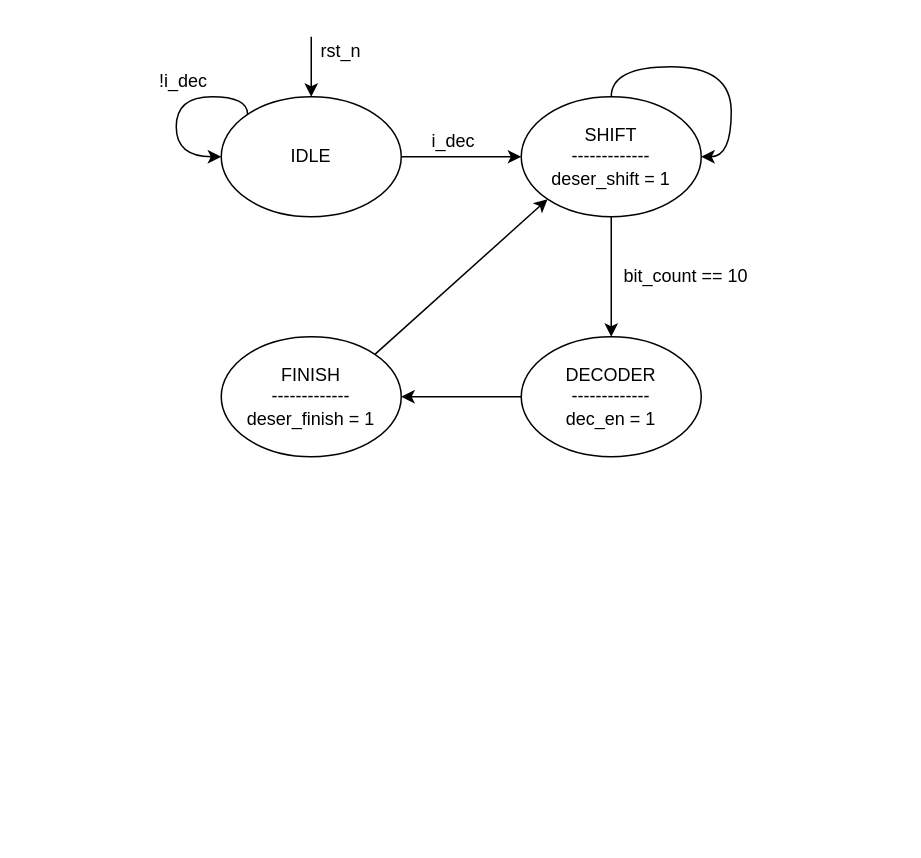
106210049/SerDes-PHY keeps this draw.io diagram as page "Deserializer CTL" (6 of 6) of Quad-lane Full duplex Serializer_Deserializer(SerDes).drawio. Above is the earlier version. Source tidied: cells renumbered, new cells numbered last; positions are measured from the earlier drawing's top-left corner, leaving out a move shared by most shapes. Both pictures are drawn from the tidied source at 150%, with x=0, y=0 at pixel (146, 36).
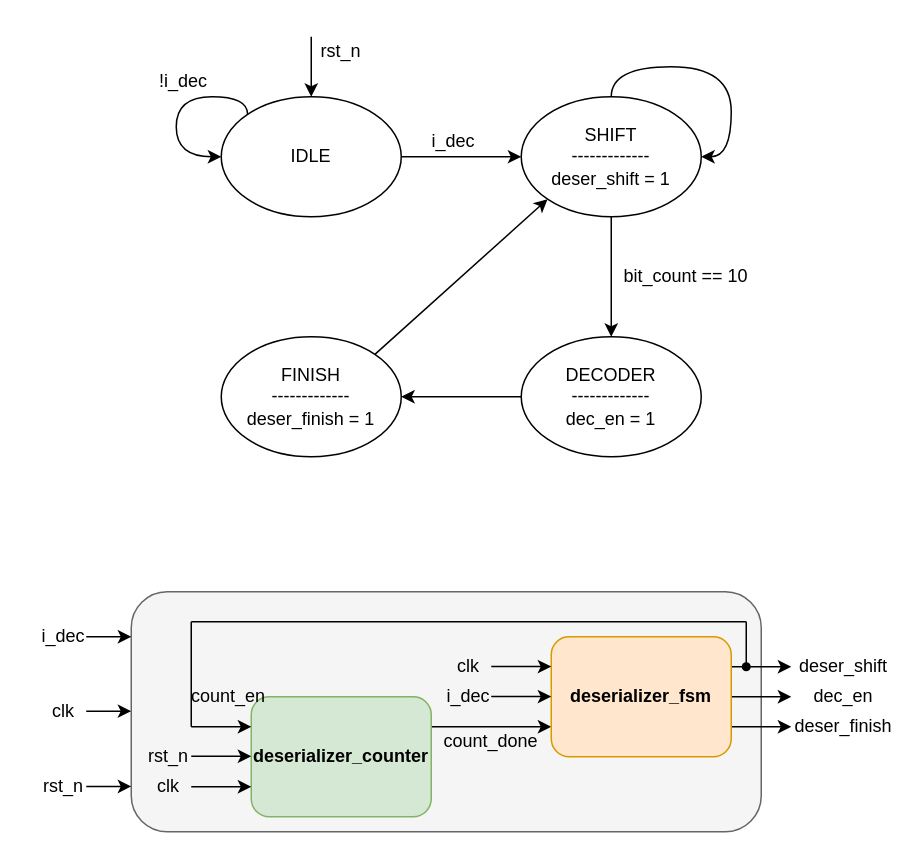
The same page after the edit.

The edit, as a diff of the source:
```diff
@@
+    <mxCell id="17" style="rounded=1;whiteSpace=wrap;html=1;fillColor=#f5f5f5;fontColor=#333333;strokeColor=#666666;" parent="1" vertex="1">
+      <mxGeometry x="-10" y="370" width="420" height="160" as="geometry" />
+    </mxCell>
@@
+    <mxCell id="18" style="edgeStyle=orthogonalEdgeStyle;rounded=0;jettySize=auto;html=1;exitX=1;exitY=0.25;exitDx=0;exitDy=0;entryX=0;entryY=0.75;entryDx=0;entryDy=0;" parent="1" edge="1" source="19" target="23">
+      <mxGeometry relative="1" as="geometry" />
+    </mxCell>
+    <mxCell id="19" value="&lt;span style=&quot;font-weight: 700;&quot;&gt;deserializer_counter&lt;/span&gt;" style="rounded=1;whiteSpace=wrap;html=1;fillColor=#d5e8d4;strokeColor=#82b366;" parent="1" vertex="1">
+      <mxGeometry x="70" y="440" width="120" height="80" as="geometry" />
+    </mxCell>
+    <mxCell id="20" style="edgeStyle=orthogonalEdgeStyle;rounded=0;jettySize=auto;html=1;" parent="1" edge="1" source="23">
+      <mxGeometry relative="1" as="geometry">
+        <mxPoint x="430" y="440" as="targetPoint" />
+      </mxGeometry>
+    </mxCell>
+    <mxCell id="21" style="edgeStyle=orthogonalEdgeStyle;rounded=0;jettySize=auto;html=1;exitX=1;exitY=0.75;exitDx=0;exitDy=0;" parent="1" edge="1" source="23">
+      <mxGeometry relative="1" as="geometry">
+        <mxPoint x="430" y="460" as="targetPoint" />
+      </mxGeometry>
+    </mxCell>
+    <mxCell id="22" style="edgeStyle=orthogonalEdgeStyle;rounded=0;jettySize=auto;html=1;exitX=1;exitY=0.25;exitDx=0;exitDy=0;" parent="1" edge="1" source="23">
+      <mxGeometry relative="1" as="geometry">
+        <mxPoint x="430" y="420" as="targetPoint" />
+      </mxGeometry>
+    </mxCell>
+    <mxCell id="23" value="&lt;span style=&quot;font-weight: 700;&quot;&gt;deserializer_fsm&lt;/span&gt;" style="rounded=1;whiteSpace=wrap;html=1;fillColor=#ffe6cc;strokeColor=#d79b00;" parent="1" vertex="1">
+      <mxGeometry x="270" y="400" width="120" height="80" as="geometry" />
+    </mxCell>
+    <mxCell id="24" value="deser_finish" style="text;html=1;whiteSpace=wrap;strokeColor=none;fillColor=none;align=center;verticalAlign=middle;rounded=0;" parent="1" vertex="1">
+      <mxGeometry x="430" y="450" width="70" height="20" as="geometry" />
+    </mxCell>
+    <mxCell id="25" value="dec_en" style="text;html=1;whiteSpace=wrap;strokeColor=none;fillColor=none;align=center;verticalAlign=middle;rounded=0;" parent="1" vertex="1">
+      <mxGeometry x="430" y="430" width="70" height="20" as="geometry" />
+    </mxCell>
+    <mxCell id="26" value="deser_shift" style="text;html=1;whiteSpace=wrap;strokeColor=none;fillColor=none;align=center;verticalAlign=middle;rounded=0;" parent="1" vertex="1">
+      <mxGeometry x="430" y="410" width="70" height="20" as="geometry" />
+    </mxCell>
+    <mxCell id="27" value="count_done" style="text;html=1;whiteSpace=wrap;strokeColor=none;fillColor=none;align=center;verticalAlign=middle;rounded=0;" parent="1" vertex="1">
+      <mxGeometry x="195" y="460" width="70" height="20" as="geometry" />
+    </mxCell>
+    <mxCell id="28" style="endArrow=classic;html=1;rounded=0;" parent="1" edge="1">
+      <mxGeometry relative="1" as="geometry">
+        <mxPoint x="230" y="419.9" as="sourcePoint" />
+        <mxPoint x="270" y="419.9" as="targetPoint" />
+      </mxGeometry>
+    </mxCell>
+    <mxCell id="29" style="endArrow=classic;html=1;rounded=0;" parent="1" edge="1">
+      <mxGeometry relative="1" as="geometry">
+        <mxPoint x="230" y="439.9" as="sourcePoint" />
+        <mxPoint x="270" y="439.9" as="targetPoint" />
+      </mxGeometry>
+    </mxCell>
+    <mxCell id="30" value="i_dec" style="text;html=1;whiteSpace=wrap;strokeColor=none;fillColor=none;align=center;verticalAlign=middle;rounded=0;" parent="1" vertex="1">
+      <mxGeometry x="190" y="430" width="50" height="20" as="geometry" />
+    </mxCell>
+    <mxCell id="31" value="clk" style="text;html=1;whiteSpace=wrap;strokeColor=none;fillColor=none;align=center;verticalAlign=middle;rounded=0;" parent="1" vertex="1">
+      <mxGeometry x="190" y="410" width="50" height="20" as="geometry" />
+    </mxCell>
+    <mxCell id="32" style="endArrow=classic;html=1;rounded=0;" parent="1" edge="1">
+      <mxGeometry relative="1" as="geometry">
+        <mxPoint x="30" y="500" as="sourcePoint" />
+        <mxPoint x="70" y="500" as="targetPoint" />
+      </mxGeometry>
+    </mxCell>
+    <mxCell id="33" style="endArrow=classic;html=1;rounded=0;" parent="1" edge="1">
+      <mxGeometry relative="1" as="geometry">
+        <mxPoint x="30" y="479.7" as="sourcePoint" />
+        <mxPoint x="70" y="479.7" as="targetPoint" />
+      </mxGeometry>
+    </mxCell>
+    <mxCell id="34" style="endArrow=classic;html=1;rounded=0;" parent="1" edge="1">
+      <mxGeometry relative="1" as="geometry">
+        <mxPoint x="30" y="460" as="sourcePoint" />
+        <mxPoint x="70" y="460" as="targetPoint" />
+      </mxGeometry>
+    </mxCell>
+    <mxCell id="35" value="clk" style="text;html=1;whiteSpace=wrap;strokeColor=none;fillColor=none;align=center;verticalAlign=middle;rounded=0;" parent="1" vertex="1">
+      <mxGeometry y="490" width="30" height="20" as="geometry" />
+    </mxCell>
+    <mxCell id="36" value="rst_n" style="text;html=1;whiteSpace=wrap;strokeColor=none;fillColor=none;align=center;verticalAlign=middle;rounded=0;" parent="1" vertex="1">
+      <mxGeometry y="470" width="30" height="20" as="geometry" />
+    </mxCell>
+    <mxCell id="37" style="endArrow=none;html=1;rounded=0;" parent="1" edge="1">
+      <mxGeometry relative="1" as="geometry">
+        <mxPoint x="30" y="460" as="sourcePoint" />
+        <mxPoint x="30" y="390" as="targetPoint" />
+      </mxGeometry>
+    </mxCell>
+    <mxCell id="38" style="endArrow=none;html=1;rounded=0;" parent="1" edge="1">
+      <mxGeometry relative="1" as="geometry">
+        <mxPoint x="30" y="390" as="sourcePoint" />
+        <mxPoint x="400" y="390" as="targetPoint" />
+      </mxGeometry>
+    </mxCell>
+    <mxCell id="39" style="endArrow=none;html=1;rounded=0;" parent="1" edge="1">
+      <mxGeometry relative="1" as="geometry">
+        <mxPoint x="400" y="420" as="sourcePoint" />
+        <mxPoint x="400" y="390" as="targetPoint" />
+      </mxGeometry>
+    </mxCell>
+    <mxCell id="40" style="shape=waypoint;sketch=0;fillStyle=solid;size=6;fillColor=none;perimeter=centerPerimeter;" parent="1" vertex="1">
+      <mxGeometry x="390" y="410" width="20" height="20" as="geometry" />
+    </mxCell>
+    <mxCell id="41" value="count_en" style="text;html=1;whiteSpace=wrap;strokeColor=none;fillColor=none;align=center;verticalAlign=middle;rounded=0;" parent="1" vertex="1">
+      <mxGeometry x="20" y="430" width="70" height="20" as="geometry" />
+    </mxCell>
+    <mxCell id="42" style="endArrow=classic;html=1;rounded=0;" parent="1" edge="1">
+      <mxGeometry relative="1" as="geometry">
+        <mxPoint x="-40" y="400" as="sourcePoint" />
+        <mxPoint x="-10" y="400" as="targetPoint" />
+      </mxGeometry>
+    </mxCell>
+    <mxCell id="43" style="endArrow=classic;html=1;rounded=0;" parent="1" edge="1">
+      <mxGeometry relative="1" as="geometry">
+        <mxPoint x="-40" y="449.6" as="sourcePoint" />
+        <mxPoint x="-10" y="449.6" as="targetPoint" />
+      </mxGeometry>
+    </mxCell>
+    <mxCell id="44" style="endArrow=classic;html=1;rounded=0;" parent="1" edge="1">
+      <mxGeometry relative="1" as="geometry">
+        <mxPoint x="-40" y="499.8" as="sourcePoint" />
+        <mxPoint x="-10" y="499.8" as="targetPoint" />
+      </mxGeometry>
+    </mxCell>
+    <mxCell id="45" value="i_dec" style="text;html=1;whiteSpace=wrap;strokeColor=none;fillColor=none;align=center;verticalAlign=middle;rounded=0;" parent="1" vertex="1">
+      <mxGeometry x="-80" y="390" width="50" height="20" as="geometry" />
+    </mxCell>
+    <mxCell id="46" value="rst_n" style="text;html=1;whiteSpace=wrap;strokeColor=none;fillColor=none;align=center;verticalAlign=middle;rounded=0;" parent="1" vertex="1">
+      <mxGeometry x="-70" y="490" width="30" height="20" as="geometry" />
+    </mxCell>
+    <mxCell id="47" value="clk" style="text;html=1;whiteSpace=wrap;strokeColor=none;fillColor=none;align=center;verticalAlign=middle;rounded=0;" parent="1" vertex="1">
+      <mxGeometry x="-70" y="440" width="30" height="20" as="geometry" />
+    </mxCell>
```
